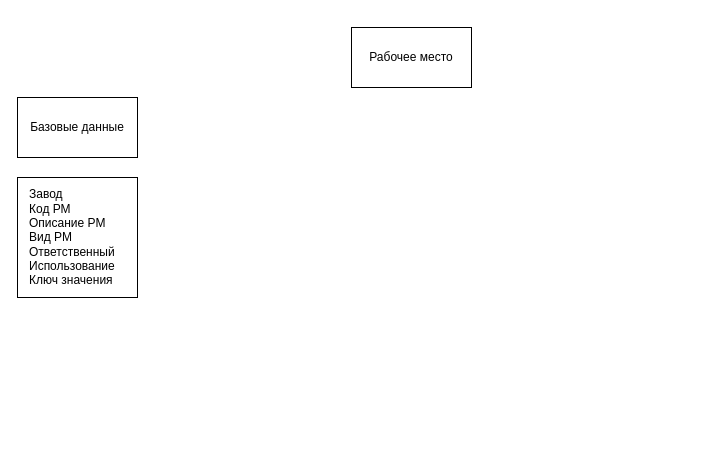
Above: Диаграмма без названия.drawio in ksinph/PSTU_LABS_2023 (draw.io), before the change. Source tidied: cells renumbered, new cells numbered last; positions are measured from the earlier drawing's top-left corner, leaving out a move shared by most shapes. Both pictures are drawn from the tidied source at 100%, with x=0, y=0 at pixel (17, 27).
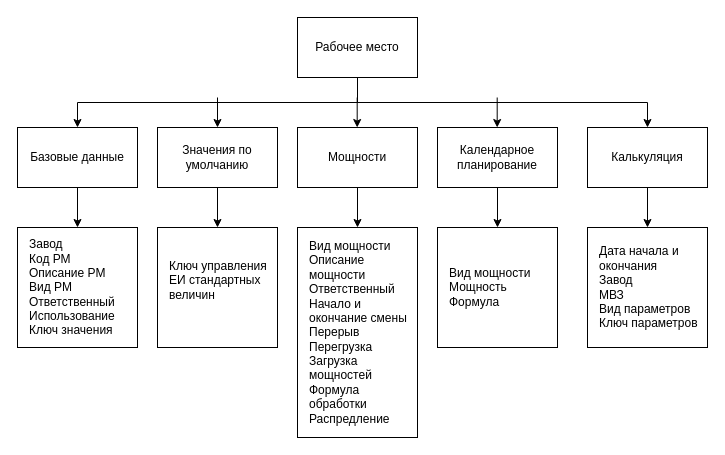
The same page after the edit.

What changed in the source:
```diff
@@
+    <mxCell id="5" style="edgeStyle=orthogonalEdgeStyle;rounded=0;jettySize=auto;html=1;exitX=0.5;exitY=1;exitDx=0;exitDy=0;entryX=0.5;entryY=0;entryDx=0;entryDy=0;" parent="1" edge="1" source="2" target="3">
+      <mxGeometry relative="1" as="geometry" />
+    </mxCell>
+    <mxCell id="6" style="edgeStyle=orthogonalEdgeStyle;rounded=0;jettySize=auto;html=1;exitX=0.5;exitY=1;exitDx=0;exitDy=0;" parent="1" edge="1" source="2" target="18">
+      <mxGeometry relative="1" as="geometry" />
+    </mxCell>
     <mxCell id="2" value="Рабочее место" style="rounded=0;whiteSpace=wrap;html=1;" parent="1" vertex="1">
-      <mxGeometry x="334" width="120" height="60" as="geometry" />
+      <mxGeometry x="280" y="-10" width="120" height="60" as="geometry" />
     </mxCell>
+    <mxCell id="7" style="edgeStyle=orthogonalEdgeStyle;rounded=0;jettySize=auto;html=1;exitX=0.5;exitY=1;exitDx=0;exitDy=0;entryX=0.5;entryY=0;entryDx=0;entryDy=0;" parent="1" edge="1" source="3" target="4">
+      <mxGeometry relative="1" as="geometry" />
+    </mxCell>
     <mxCell id="3" value="Базовые данные" style="rounded=0;whiteSpace=wrap;html=1;" parent="1" vertex="1">
-      <mxGeometry y="70" width="120" height="60" as="geometry" />
+      <mxGeometry y="100" width="120" height="60" as="geometry" />
     </mxCell>
     <mxCell id="4" value="Завод&lt;div&gt;Код РМ&lt;/div&gt;&lt;div&gt;Описание РМ&lt;/div&gt;&lt;div&gt;Вид РМ&lt;/div&gt;&lt;div&gt;Ответственный&lt;/div&gt;&lt;div&gt;Использование&lt;/div&gt;&lt;div&gt;Ключ значения&lt;/div&gt;" style="rounded=0;whiteSpace=wrap;html=1;align=left;spacingLeft=10;" parent="1" vertex="1">
-      <mxGeometry y="150" width="120" height="120" as="geometry" />
+      <mxGeometry y="200" width="120" height="120" as="geometry" />
     </mxCell>
+    <mxCell id="8" style="edgeStyle=orthogonalEdgeStyle;rounded=0;jettySize=auto;html=1;exitX=0.5;exitY=1;exitDx=0;exitDy=0;entryX=0.5;entryY=0;entryDx=0;entryDy=0;" parent="1" edge="1" source="9" target="10">
+      <mxGeometry relative="1" as="geometry" />
+    </mxCell>
+    <mxCell id="9" value="Значения по умолчанию" style="rounded=0;whiteSpace=wrap;html=1;" parent="1" vertex="1">
+      <mxGeometry x="140" y="100" width="120" height="60" as="geometry" />
+    </mxCell>
+    <mxCell id="10" value="Ключ управления&lt;div&gt;ЕИ стандартных величин&lt;/div&gt;&lt;div&gt;&lt;br&gt;&lt;/div&gt;" style="rounded=0;whiteSpace=wrap;html=1;align=left;spacingLeft=10;" parent="1" vertex="1">
+      <mxGeometry x="140" y="200" width="120" height="120" as="geometry" />
+    </mxCell>
+    <mxCell id="11" style="edgeStyle=orthogonalEdgeStyle;rounded=0;jettySize=auto;html=1;exitX=0.5;exitY=1;exitDx=0;exitDy=0;entryX=0.5;entryY=0;entryDx=0;entryDy=0;" parent="1" edge="1" source="12" target="13">
+      <mxGeometry relative="1" as="geometry" />
+    </mxCell>
+    <mxCell id="12" value="Мощности" style="rounded=0;whiteSpace=wrap;html=1;" parent="1" vertex="1">
+      <mxGeometry x="280" y="100" width="120" height="60" as="geometry" />
+    </mxCell>
+    <mxCell id="13" value="Вид мощности&lt;div&gt;Описание мощности&lt;div&gt;Ответственный&lt;/div&gt;&lt;div&gt;Начало и окончание смены&lt;/div&gt;&lt;div&gt;Перерыв&lt;/div&gt;&lt;div&gt;Перегрузка&lt;/div&gt;&lt;div&gt;Загрузка мощностей&lt;/div&gt;&lt;div&gt;Формула обработки&lt;/div&gt;&lt;div&gt;Распредление&lt;/div&gt;&lt;/div&gt;" style="rounded=0;whiteSpace=wrap;html=1;align=left;spacingLeft=10;" parent="1" vertex="1">
+      <mxGeometry x="280" y="200" width="120" height="210" as="geometry" />
+    </mxCell>
+    <mxCell id="14" style="edgeStyle=orthogonalEdgeStyle;rounded=0;jettySize=auto;html=1;exitX=0.5;exitY=1;exitDx=0;exitDy=0;entryX=0.5;entryY=0;entryDx=0;entryDy=0;" parent="1" edge="1" source="15" target="16">
+      <mxGeometry relative="1" as="geometry" />
+    </mxCell>
+    <mxCell id="15" value="Календарное планирование" style="rounded=0;whiteSpace=wrap;html=1;" parent="1" vertex="1">
+      <mxGeometry x="420" y="100" width="120" height="60" as="geometry" />
+    </mxCell>
+    <mxCell id="16" value="Вид мощности&lt;div&gt;Мощность&lt;/div&gt;&lt;div&gt;Формула&lt;/div&gt;" style="rounded=0;whiteSpace=wrap;html=1;align=left;spacingLeft=10;" parent="1" vertex="1">
+      <mxGeometry x="420" y="200" width="120" height="120" as="geometry" />
+    </mxCell>
+    <mxCell id="17" style="edgeStyle=orthogonalEdgeStyle;rounded=0;jettySize=auto;html=1;exitX=0.5;exitY=1;exitDx=0;exitDy=0;entryX=0.5;entryY=0;entryDx=0;entryDy=0;" parent="1" edge="1" source="18" target="19">
+      <mxGeometry relative="1" as="geometry" />
+    </mxCell>
+    <mxCell id="18" value="Калькуляция" style="rounded=0;whiteSpace=wrap;html=1;" parent="1" vertex="1">
+      <mxGeometry x="570" y="100" width="120" height="60" as="geometry" />
+    </mxCell>
+    <mxCell id="19" value="Дата начала и окончания&lt;div&gt;Завод&lt;/div&gt;&lt;div&gt;МВЗ&lt;/div&gt;&lt;div&gt;Вид параметров&lt;/div&gt;&lt;div&gt;Ключ параметров&lt;/div&gt;" style="rounded=0;whiteSpace=wrap;html=1;align=left;spacingLeft=10;" parent="1" vertex="1">
+      <mxGeometry x="570" y="200" width="120" height="120" as="geometry" />
+    </mxCell>
+    <mxCell id="20" style="endArrow=classic;html=1;rounded=0;entryX=0.5;entryY=0;entryDx=0;entryDy=0;" parent="1" edge="1" target="9">
+      <mxGeometry relative="1" as="geometry">
+        <mxPoint x="200" y="70" as="sourcePoint" />
+      </mxGeometry>
+    </mxCell>
+    <mxCell id="21" style="endArrow=classic;html=1;rounded=0;entryX=0.5;entryY=0;entryDx=0;entryDy=0;" parent="1" edge="1">
+      <mxGeometry relative="1" as="geometry">
+        <mxPoint x="339.7" y="70" as="sourcePoint" />
+        <mxPoint x="339.7" y="100" as="targetPoint" />
+      </mxGeometry>
+    </mxCell>
+    <mxCell id="22" style="endArrow=classic;html=1;rounded=0;entryX=0.5;entryY=0;entryDx=0;entryDy=0;" parent="1" edge="1">
+      <mxGeometry relative="1" as="geometry">
+        <mxPoint x="479.7" y="70" as="sourcePoint" />
+        <mxPoint x="479.7" y="100" as="targetPoint" />
+      </mxGeometry>
+    </mxCell>
```
